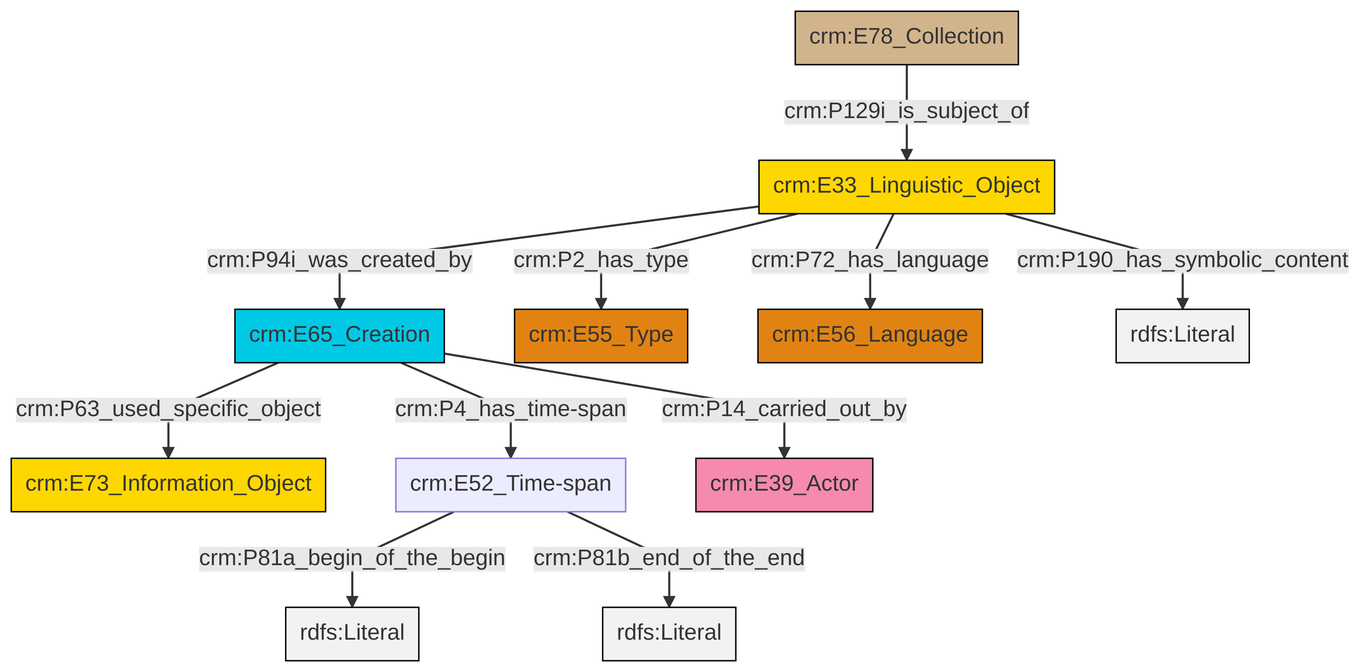
This is et/archivalCSV/ttl/mmd/png/archival_desc.png from swiss-art-research-net/docs.swissartresearch, a Mermaid export, as it was before one commit. Its source is kept beside it as et/archivalCSV/ttl/mmd/archival_desc.ttl.mmd.
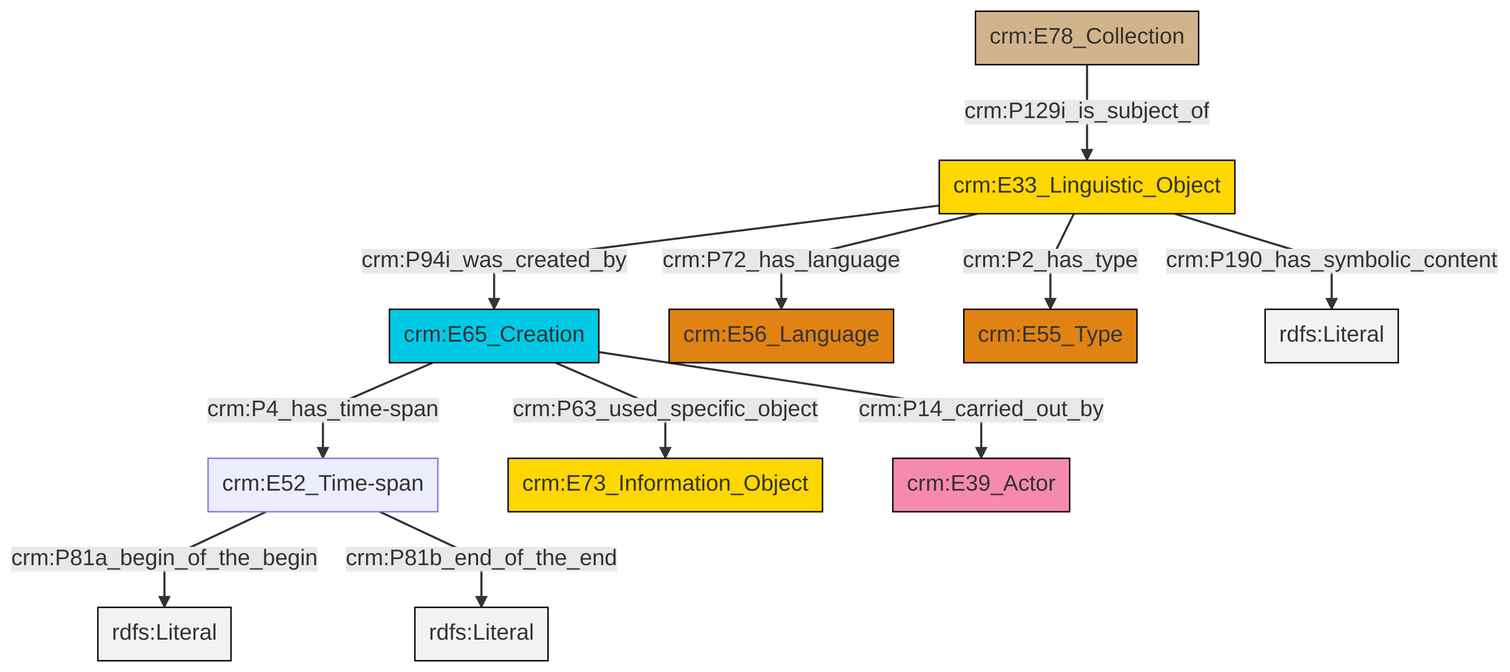
Later version of the same file.

What changed in the source:
```diff
@@ -13,13 +13,13 @@
 classDef PC_Classes fill:#4ce600, stroke:#000000;
 classDef Multi fill:#cccccc,stroke:#000000;
 
-2["crm:E65_Creation"]:::Temporal_Entity -->|crm:P4_has_time-span| 3["crm:E52_Time-span"]:::Default
-4["crm:E33_Linguistic_Object"]:::Conceptual_Object -->|crm:P2_has_type| 5["crm:E55_Type"]:::Type
-2["crm:E65_Creation"]:::Temporal_Entity -->|crm:P63_used_specific_object| 0["crm:E73_Information_Object"]:::Conceptual_Object
-4["crm:E33_Linguistic_Object"]:::Conceptual_Object -->|crm:P94i_was_created_by| 2["crm:E65_Creation"]:::Temporal_Entity
-3["crm:E52_Time-span"]:::Default -->|crm:P81a_begin_of_the_begin| 9[rdfs:Literal]:::Literal
-4["crm:E33_Linguistic_Object"]:::Conceptual_Object -->|crm:P72_has_language| 6["crm:E56_Language"]:::Type
-4["crm:E33_Linguistic_Object"]:::Conceptual_Object -->|crm:P190_has_symbolic_content| 14[rdfs:Literal]:::Literal
-2["crm:E65_Creation"]:::Temporal_Entity -->|crm:P14_carried_out_by| 15["crm:E39_Actor"]:::Actor
-11["crm:E78_Collection"]:::Physical_Thing -->|crm:P129i_is_subject_of| 4["crm:E33_Linguistic_Object"]:::Conceptual_Object
-3["crm:E52_Time-span"]:::Default -->|crm:P81b_end_of_the_end| 18[rdfs:Literal]:::Literal
+0["crm:E33_Linguistic_Object"]:::Conceptual_Object -->|crm:P94i_was_created_by| 1["crm:E65_Creation"]:::Temporal_Entity
+1["crm:E65_Creation"]:::Temporal_Entity -->|crm:P4_has_time-span| 2["crm:E52_Time-span"]:::Default
+3["crm:E78_Collection"]:::Physical_Thing -->|crm:P129i_is_subject_of| 0["crm:E33_Linguistic_Object"]:::Conceptual_Object
+0["crm:E33_Linguistic_Object"]:::Conceptual_Object -->|crm:P72_has_language| 6["crm:E56_Language"]:::Type
+2["crm:E52_Time-span"]:::Default -->|crm:P81a_begin_of_the_begin| 8[rdfs:Literal]:::Literal
+1["crm:E65_Creation"]:::Temporal_Entity -->|crm:P63_used_specific_object| 4["crm:E73_Information_Object"]:::Conceptual_Object
+2["crm:E52_Time-span"]:::Default -->|crm:P81b_end_of_the_end| 12[rdfs:Literal]:::Literal
+0["crm:E33_Linguistic_Object"]:::Conceptual_Object -->|crm:P2_has_type| 13["crm:E55_Type"]:::Type
+1["crm:E65_Creation"]:::Temporal_Entity -->|crm:P14_carried_out_by| 9["crm:E39_Actor"]:::Actor
+0["crm:E33_Linguistic_Object"]:::Conceptual_Object -->|crm:P190_has_symbolic_content| 17[rdfs:Literal]:::Literal
```
